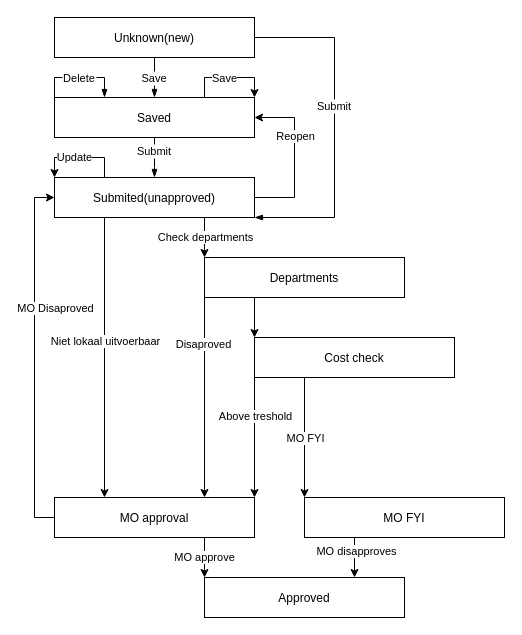
Before: ACT.drawio in slaap123/DrawIO, a draw.io diagram. Source tidied: cells renumbered, new cells numbered last; positions are measured from the earlier drawing's top-left corner, leaving out a move shared by most shapes. Both pictures are drawn from the tidied source at 100%, with x=0, y=0 at pixel (54, 17).
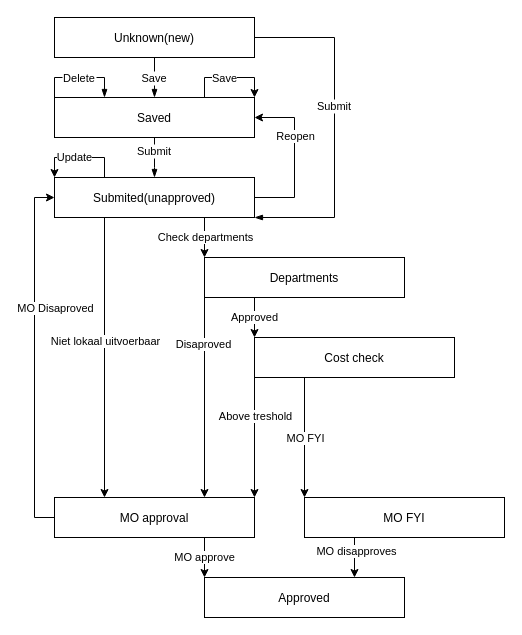
Above is the later version.

The change refers to these unchanged cells:
```xml
<object id="26" label="%name%" name="Departments" placeholders="1">
  <mxCell style="label,whiteSpace=wrap,html=1,sharp=1;" parent="1" vertex="1">
    <mxGeometry x="150" y="240" width="200" height="40" as="geometry" />
  </mxCell>
</object>
<object id="31" label="%name%" name="Cost check" placeholders="1">
  <mxCell style="label,whiteSpace=wrap,html=1,sharp=1;" parent="1" vertex="1">
    <mxGeometry x="200" y="320" width="200" height="40" as="geometry" />
  </mxCell>
</object>
```

Change to the diagram source:
```diff
@@
-    <mxCell id="25" style="edgeStyle=orthogonalEdgeStyle;rounded=0;jettySize=auto;html=1;exitX=0.25;exitY=1;exitDx=0;exitDy=0;entryX=0;entryY=0;entryDx=0;entryDy=0;" parent="1" edge="1" source="26" target="31">
+    <mxCell id="25" value="Approved" style="edgeStyle=orthogonalEdgeStyle;rounded=0;jettySize=auto;html=1;exitX=0.25;exitY=1;exitDx=0;exitDy=0;entryX=0;entryY=0;entryDx=0;entryDy=0;" parent="1" edge="1" source="26" target="31">
       <mxGeometry relative="1" as="geometry" />
     </mxCell>
```
